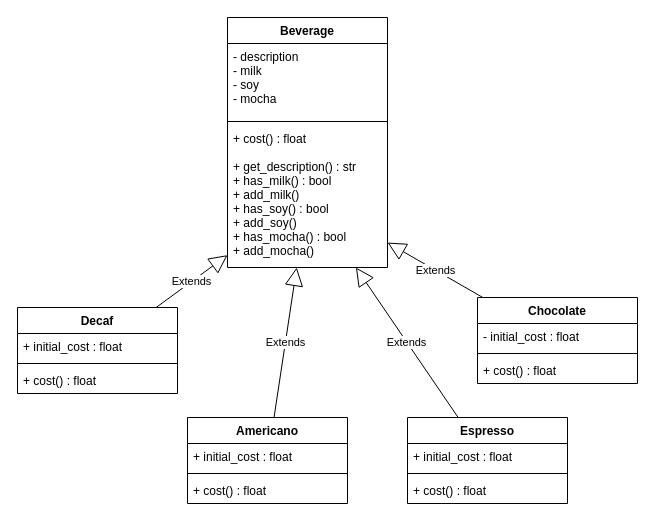
argonaultes-epsi-auxerre/architecture-applicative-i1-2025 keeps this draw.io diagram as coffee.drawio. Above is the earlier version. Source tidied: cells renumbered, new cells numbered last; positions are measured from the earlier drawing's top-left corner, leaving out a move shared by most shapes. Both pictures are drawn from the tidied source at 100%, with x=0, y=0 at pixel (17, 17).
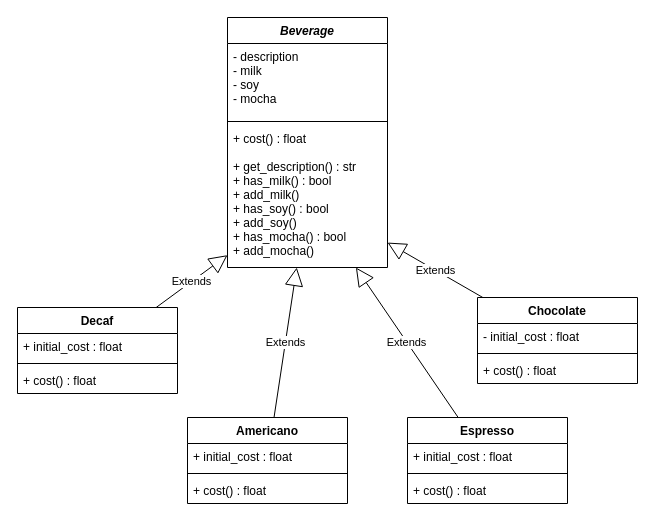
The same page after the edit.

Commit message (it also covers changes not shown here):
coffee init

Change to the diagram source:
```diff
@@
-    <mxCell id="2" value="Beverage" style="swimlane;fontStyle=1;align=center;verticalAlign=top;horizontal=1;startSize=26;" parent="1" vertex="1">
+    <mxCell id="2" value="Beverage" style="swimlane;fontStyle=3;align=center;verticalAlign=top;horizontal=1;startSize=26;" parent="1" vertex="1">
       <mxGeometry x="210" width="160" height="250" as="geometry" />
     </mxCell>
```
